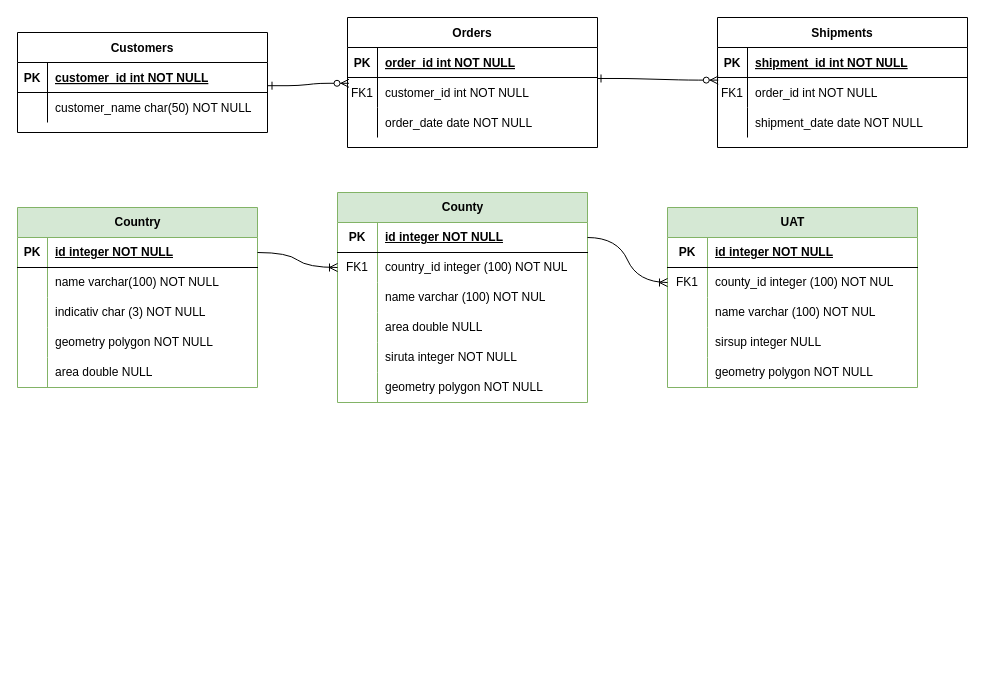
Above: model_conceptual.drawio in andreea-agrisan/modelare_db (draw.io), before the change. Source tidied: cells renumbered, new cells numbered last; positions are measured from the earlier drawing's top-left corner, leaving out a move shared by most shapes. Both pictures are drawn from the tidied source at 100%, with x=0, y=0 at pixel (17, 17).
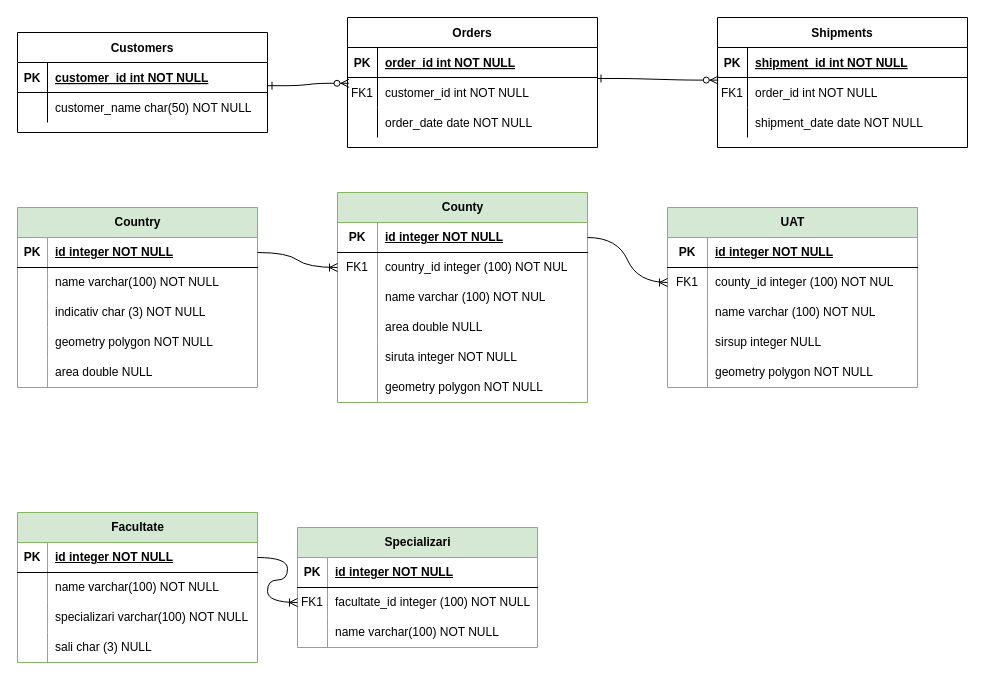
Above is the later version.

The edit, as a diff of the source:
```diff
@@
+    <mxCell id="84" value="Facultate" style="shape=table;startSize=30;childLayout=tableLayout;rowLines=0;fontStyle=1;align=center;html=1;fillColor=#d5e8d4;strokeColor=#82b366;" parent="1" vertex="1">
+      <mxGeometry y="495" width="240" height="150" as="geometry" />
+    </mxCell>
+    <mxCell id="85" style="shape=tableRow;horizontal=0;startSize=0;swimlaneHead=0;swimlaneBody=0;fillColor=none;points=[[0,0.5],[1,0.5]];portConstraint=eastwest;top=0;left=0;right=0;bottom=1;" parent="84" vertex="1">
+      <mxGeometry y="30" width="240" height="30" as="geometry" />
+    </mxCell>
+    <mxCell id="86" value="PK" style="shape=partialRectangle;fillColor=none;top=0;left=0;bottom=0;right=0;fontStyle=1;overflow=hidden;whiteSpace=wrap;html=1;" parent="85" vertex="1">
+      <mxGeometry width="30" height="30" as="geometry" />
+    </mxCell>
+    <mxCell id="87" value="id integer NOT NULL" style="shape=partialRectangle;fillColor=none;top=0;left=0;bottom=0;right=0;align=left;spacingLeft=6;fontStyle=5;overflow=hidden;whiteSpace=wrap;html=1;" parent="85" vertex="1">
+      <mxGeometry x="30" width="210" height="30" as="geometry" />
+    </mxCell>
+    <mxCell id="88" style="shape=tableRow;horizontal=0;startSize=0;swimlaneHead=0;swimlaneBody=0;fillColor=none;top=0;left=0;right=0;bottom=0;" parent="84" vertex="1">
+      <mxGeometry y="60" width="240" height="30" as="geometry" />
+    </mxCell>
+    <mxCell id="89" style="shape=partialRectangle;fillColor=none;top=0;left=0;bottom=0;right=0;overflow=hidden;whiteSpace=wrap;html=1;" parent="88" vertex="1">
+      <mxGeometry width="30" height="30" as="geometry" />
+    </mxCell>
+    <mxCell id="90" value="name varchar(100) NOT NULL" style="shape=partialRectangle;fillColor=none;top=0;left=0;bottom=0;right=0;align=left;spacingLeft=6;overflow=hidden;whiteSpace=wrap;html=1;" parent="88" vertex="1">
+      <mxGeometry x="30" width="210" height="30" as="geometry" />
+    </mxCell>
+    <mxCell id="91" style="shape=tableRow;horizontal=0;startSize=0;swimlaneHead=0;swimlaneBody=0;fillColor=none;top=0;left=0;right=0;bottom=0;" parent="84" vertex="1">
+      <mxGeometry y="90" width="240" height="30" as="geometry" />
+    </mxCell>
+    <mxCell id="92" style="shape=partialRectangle;fillColor=none;top=0;left=0;bottom=0;right=0;overflow=hidden;whiteSpace=wrap;html=1;" parent="91" vertex="1">
+      <mxGeometry width="30" height="30" as="geometry" />
+    </mxCell>
+    <mxCell id="93" value="specializari varchar(100) NOT NULL" style="shape=partialRectangle;fillColor=none;top=0;left=0;bottom=0;right=0;align=left;spacingLeft=6;overflow=hidden;whiteSpace=wrap;html=1;" parent="91" vertex="1">
+      <mxGeometry x="30" width="210" height="30" as="geometry" />
+    </mxCell>
+    <mxCell id="94" style="shape=tableRow;horizontal=0;startSize=0;swimlaneHead=0;swimlaneBody=0;fillColor=none;top=0;left=0;right=0;bottom=0;" parent="84" vertex="1">
+      <mxGeometry y="120" width="240" height="30" as="geometry" />
+    </mxCell>
+    <mxCell id="95" style="shape=partialRectangle;fillColor=none;top=0;left=0;bottom=0;right=0;overflow=hidden;whiteSpace=wrap;html=1;" parent="94" vertex="1">
+      <mxGeometry width="30" height="30" as="geometry" />
+    </mxCell>
+    <mxCell id="96" value="sali char (3) NULL" style="shape=partialRectangle;fillColor=none;top=0;left=0;bottom=0;right=0;align=left;spacingLeft=6;overflow=hidden;whiteSpace=wrap;html=1;" parent="94" vertex="1">
+      <mxGeometry x="30" width="210" height="30" as="geometry" />
+    </mxCell>
+    <mxCell id="97" value="Specializari" style="shape=table;startSize=30;childLayout=tableLayout;rowLines=0;fontStyle=1;align=center;html=1;fillColor=#d5e8d4;strokeColor=#82b366;" parent="1" vertex="1">
+      <mxGeometry x="280" y="510" width="240" height="120" as="geometry" />
+    </mxCell>
+    <mxCell id="98" style="shape=tableRow;horizontal=0;startSize=0;swimlaneHead=0;swimlaneBody=0;fillColor=none;top=0;left=0;right=0;bottom=1;" parent="97" vertex="1">
+      <mxGeometry y="30" width="240" height="30" as="geometry" />
+    </mxCell>
+    <mxCell id="99" value="PK" style="shape=partialRectangle;fillColor=none;top=0;left=0;bottom=0;right=0;fontStyle=1;overflow=hidden;whiteSpace=wrap;html=1;" parent="98" vertex="1">
+      <mxGeometry width="30" height="30" as="geometry" />
+    </mxCell>
+    <mxCell id="100" value="id integer NOT NULL" style="shape=partialRectangle;fillColor=none;top=0;left=0;bottom=0;right=0;align=left;spacingLeft=6;fontStyle=5;overflow=hidden;whiteSpace=wrap;html=1;" parent="98" vertex="1">
+      <mxGeometry x="30" width="210" height="30" as="geometry" />
+    </mxCell>
+    <mxCell id="101" style="shape=tableRow;horizontal=0;startSize=0;swimlaneHead=0;swimlaneBody=0;fillColor=none;points=[[0,0.5],[1,0.5]];portConstraint=eastwest;top=0;left=0;right=0;bottom=0;" parent="97" vertex="1">
+      <mxGeometry y="60" width="240" height="30" as="geometry" />
+    </mxCell>
+    <mxCell id="102" value="FK1" style="shape=partialRectangle;fillColor=none;top=0;left=0;bottom=0;right=0;overflow=hidden;whiteSpace=wrap;html=1;" parent="101" vertex="1">
+      <mxGeometry width="30" height="30" as="geometry" />
+    </mxCell>
+    <mxCell id="103" value="facultate_id integer (100) NOT NULL" style="shape=partialRectangle;fillColor=none;top=0;left=0;bottom=0;right=0;align=left;spacingLeft=6;overflow=hidden;whiteSpace=wrap;html=1;" parent="101" vertex="1">
+      <mxGeometry x="30" width="210" height="30" as="geometry" />
+    </mxCell>
+    <mxCell id="104" style="shape=tableRow;horizontal=0;startSize=0;swimlaneHead=0;swimlaneBody=0;fillColor=none;top=0;left=0;right=0;bottom=0;" parent="97" vertex="1">
+      <mxGeometry y="90" width="240" height="30" as="geometry" />
+    </mxCell>
+    <mxCell id="105" style="shape=partialRectangle;fillColor=none;top=0;left=0;bottom=0;right=0;overflow=hidden;whiteSpace=wrap;html=1;" parent="104" vertex="1">
+      <mxGeometry width="30" height="30" as="geometry" />
+    </mxCell>
+    <mxCell id="106" value="name varchar(100) NOT NULL" style="shape=partialRectangle;fillColor=none;top=0;left=0;bottom=0;right=0;align=left;spacingLeft=6;overflow=hidden;whiteSpace=wrap;html=1;" parent="104" vertex="1">
+      <mxGeometry x="30" width="210" height="30" as="geometry" />
+    </mxCell>
+    <mxCell id="107" style="edgeStyle=entityRelationEdgeStyle;fontSize=12;html=1;endArrow=ERoneToMany;exitX=1;exitY=0.5;exitDx=0;exitDy=0;entryX=0;entryY=0.5;entryDx=0;entryDy=0;curved=1;" parent="1" edge="1" source="85" target="101">
+      <mxGeometry relative="1" as="geometry" />
+    </mxCell>
```
